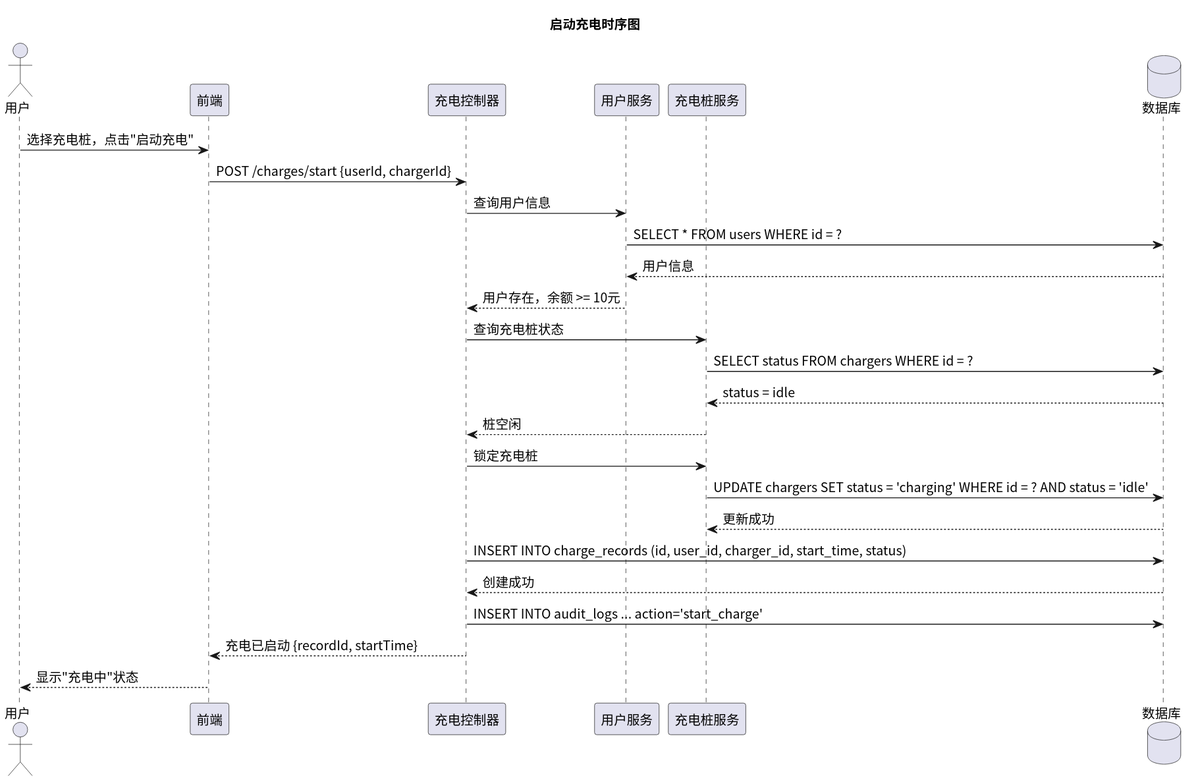
greenhandzdl/charging-station-doc keeps this PlantUML diagram as time/img/sequence_charging.svg. Above is the earlier version.
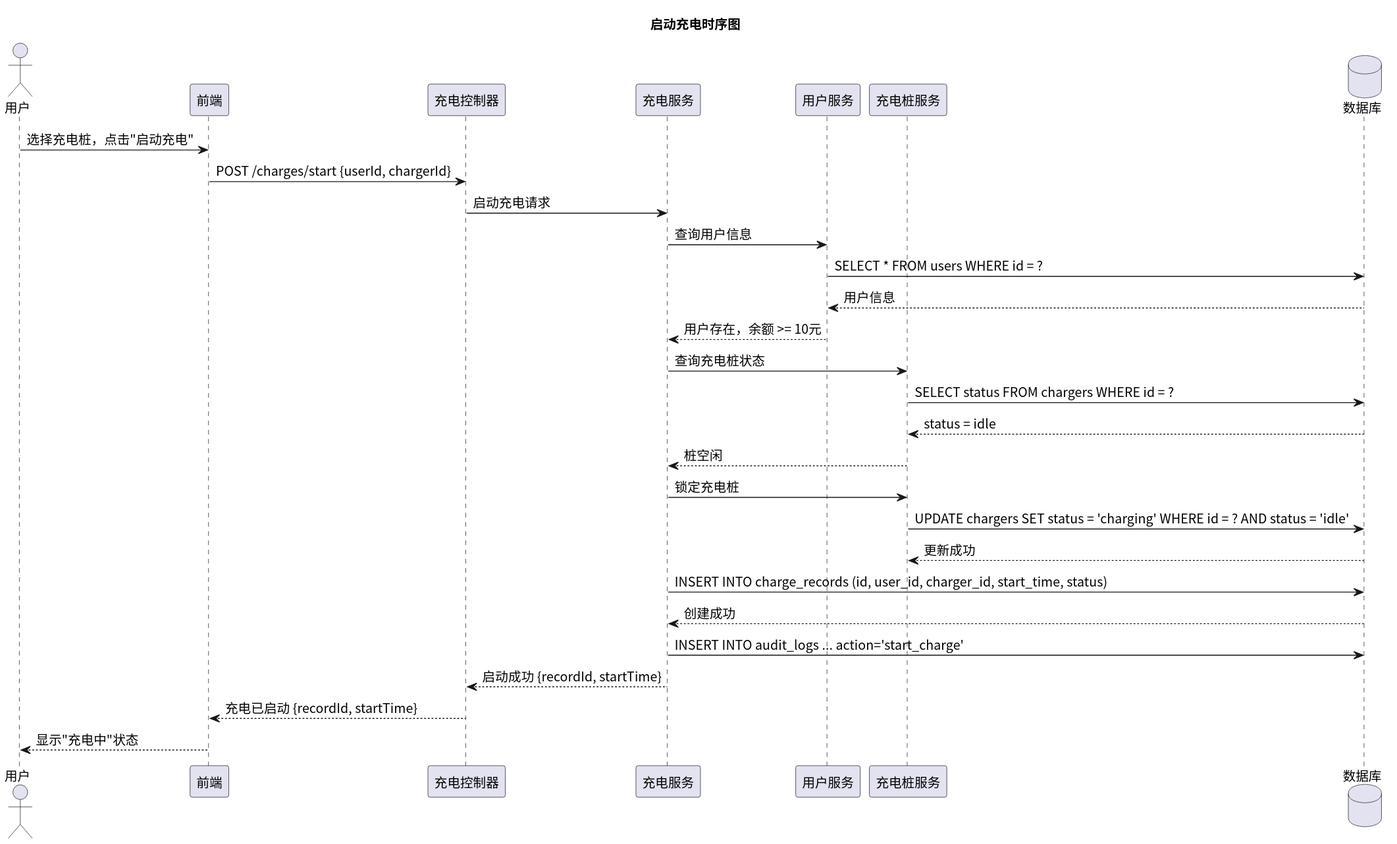
After the commit.

What changed in the source:
```diff
@@ -5,30 +5,35 @@
 actor 用户 as U
 participant 前端 as FE
 participant 充电控制器 as Ctrl
+participant 充电服务 as Service
 participant 用户服务 as US
 participant 充电桩服务 as CS
 database 数据库 as DB
 
 U -> FE: 选择充电桩，点击"启动充电"
 FE -> Ctrl: POST /charges/start {userId, chargerId}
-Ctrl -> US: 查询用户信息
+Ctrl -> Service: 启动充电请求
+
+Service -> US: 查询用户信息
 US -> DB: SELECT * FROM users WHERE id = ?
 DB --> US: 用户信息
-US --> Ctrl: 用户存在，余额 >= 10元
+US --> Service: 用户存在，余额 >= 10元
 
-Ctrl -> CS: 查询充电桩状态
+Service -> CS: 查询充电桩状态
 CS -> DB: SELECT status FROM chargers WHERE id = ?
 DB --> CS: status = idle
-CS --> Ctrl: 桩空闲
+CS --> Service: 桩空闲
 
-Ctrl -> CS: 锁定充电桩
+Service -> CS: 锁定充电桩
 CS -> DB: UPDATE chargers SET status = 'charging' WHERE id = ? AND status = 'idle'
 DB --> CS: 更新成功
 
-Ctrl -> DB: INSERT INTO charge_records (id, user_id, charger_id, start_time, status)
-DB --> Ctrl: 创建成功
+Service -> DB: INSERT INTO charge_records (id, user_id, charger_id, start_time, status)
+DB --> Service: 创建成功
 
-Ctrl -> DB: INSERT INTO audit_logs ... action='start_charge'
+Service -> DB: INSERT INTO audit_logs ... action='start_charge'
+Service --> Ctrl: 启动成功 {recordId, startTime}
+
 Ctrl --> FE: 充电已启动 {recordId, startTime}
 FE --> U: 显示"充电中"状态
 @enduml
```
